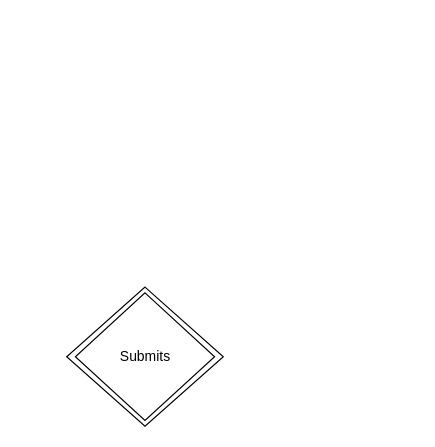
This is basis-data/Tugas BD 1.drawio from Rizqirazkafi/kuliah-y2, a draw.io file, before an edit. Source tidied: cells renumbered, new cells numbered last; positions are measured from the earlier drawing's top-left corner, leaving out a move shared by most shapes. Both pictures are drawn from the tidied source at 116%, with x=0, y=0 at pixel (66, 287).
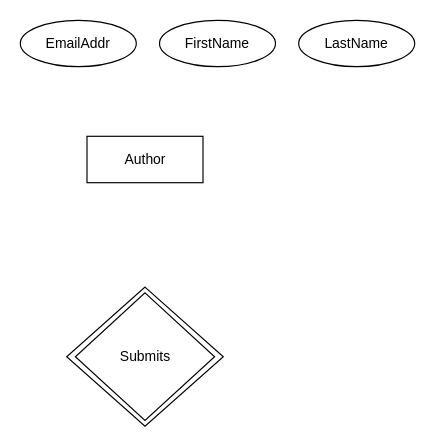
The same page after the edit.

Change to the diagram source:
```diff
@@
 <mxGraphModel>
   <root>
     <mxCell id="0" />
     <mxCell id="1" parent="0" />
     <mxCell id="2" style="group;" parent="1" vertex="1">
       <mxGeometry width="135" height="120" as="geometry" />
     </mxCell>
     <mxCell id="3" value="Relationship" style="shape=rhombus;perimeter=rhombusPerimeter;whiteSpace=wrap;html=1;align=center;" parent="2" vertex="1">
       <mxGeometry width="135" height="120" as="geometry" />
     </mxCell>
     <mxCell id="4" value="Submits" style="shape=rhombus;perimeter=rhombusPerimeter;whiteSpace=wrap;html=1;align=center;" parent="2" vertex="1">
       <mxGeometry x="7.5" y="5" width="120" height="110" as="geometry" />
     </mxCell>
+    <mxCell id="5" value="Author" style="whiteSpace=wrap;html=1;align=center;" parent="1" vertex="1">
+      <mxGeometry x="17.5" y="-130" width="100" height="40" as="geometry" />
+    </mxCell>
+    <mxCell id="6" value="EmailAddr" style="ellipse;whiteSpace=wrap;html=1;align=center;" parent="1" vertex="1">
+      <mxGeometry x="-40" y="-230" width="100" height="40" as="geometry" />
+    </mxCell>
+    <mxCell id="7" value="FirstName" style="ellipse;whiteSpace=wrap;html=1;align=center;" parent="1" vertex="1">
+      <mxGeometry x="80" y="-230" width="100" height="40" as="geometry" />
+    </mxCell>
+    <mxCell id="8" value="LastName" style="ellipse;whiteSpace=wrap;html=1;align=center;" parent="1" vertex="1">
+      <mxGeometry x="200" y="-230" width="100" height="40" as="geometry" />
+    </mxCell>
   </root>
 </mxGraphModel>
```
